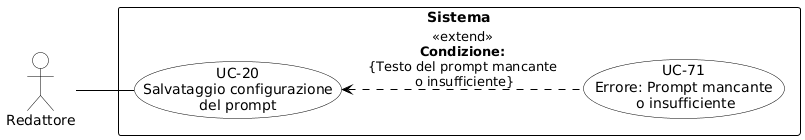
This is RTB/Analisi dei Requisiti/diagrammi_use_case/UC-20.png from aLittleByte-19/Documentazione, a PlantUML export, as it was before one commit.
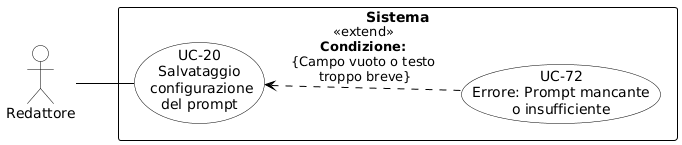
Above is the later version.

Diff of the diagram source:
```diff
@@ -22,10 +22,10 @@
 actor "Redattore" as redattore
 
 rectangle "Sistema" {
-    usecase "UC-20\nSalvataggio configurazione\ndel prompt" as UC20
-    usecase "UC-71\nErrore: Prompt mancante\n o insufficiente" as UC71
+    usecase "UC-20\nSalvataggio\n configurazione\ndel prompt" as UC20
+    usecase "UC-72\nErrore: Prompt mancante\no insufficiente" as UC71
 
-    UC71 .up.> UC20 : «extend»\n<b>Condizione:</b>\n{Testo del prompt mancante\n o insufficiente}
+    UC71 .up.> UC20 : «extend»\n<b>Condizione:</b>\n{Campo vuoto o testo\n troppo breve}
 }
 
 redattore -- UC20
```
